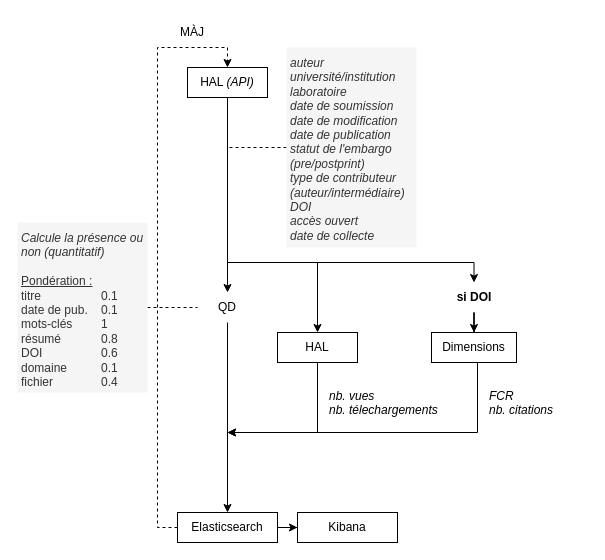
This is schema.drawio from alarictabaries/hal_cartographie, a draw.io file, before an edit. Source tidied: cells renumbered, new cells numbered last; positions are measured from the earlier drawing's top-left corner, leaving out a move shared by most shapes. Both pictures are drawn from the tidied source at 100%, with x=0, y=0 at pixel (17, 17).
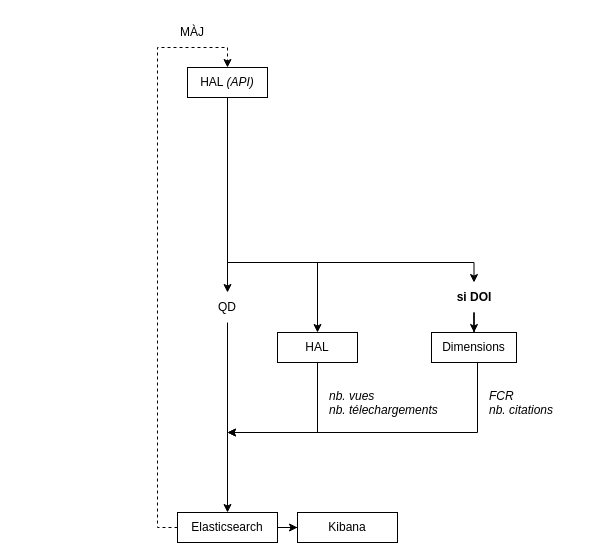
After the change.

Unchanged cells that the change refers to:
```xml
<mxCell id="5" value="QD" style="text;html=1;strokeColor=none;fillColor=none;align=center;verticalAlign=middle;whiteSpace=wrap;rounded=0;" parent="1" vertex="1">
  <mxGeometry x="180" y="275" width="60" height="30" as="geometry" />
</mxCell>
```

The edit, as a diff of the source:
```diff
@@
-    <mxCell id="19" style="edgeStyle=orthogonalEdgeStyle;rounded=0;jettySize=auto;html=1;entryX=0;entryY=0.5;entryDx=0;entryDy=0;startArrow=none;startFill=0;endArrow=none;endFill=0;dashed=1;" parent="1" edge="1" source="20" target="5">
-      <mxGeometry relative="1" as="geometry" />
-    </mxCell>
-    <mxCell id="20" value="&lt;i&gt;Calcule la présence ou non (quantitatif)&lt;br&gt;&lt;/i&gt;&lt;br&gt;&lt;u&gt;Pondération :&lt;/u&gt;&lt;br&gt;titre&lt;span style=&quot;white-space: pre;&quot;&gt;&#9;&lt;/span&gt;&lt;span style=&quot;white-space: pre;&quot;&gt;&#9;&lt;span style=&quot;white-space: pre;&quot;&gt;&#9;&lt;/span&gt;&lt;/span&gt;0.1&lt;br&gt;date de pub.&lt;span style=&quot;white-space: pre;&quot;&gt;&#9;&lt;/span&gt;0.1&lt;br&gt;mots-clés&lt;span style=&quot;white-space: pre;&quot;&gt;&#9;&lt;/span&gt;&lt;span style=&quot;white-space: pre;&quot;&gt;&#9;&lt;/span&gt;1&lt;br&gt;résumé&lt;span style=&quot;white-space: pre;&quot;&gt;&#9;&lt;/span&gt;&lt;span style=&quot;white-space: pre;&quot;&gt;&#9;&lt;/span&gt;0.8&lt;br&gt;DOI&lt;span style=&quot;white-space: pre;&quot;&gt;&#9;&lt;/span&gt;&lt;span style=&quot;white-space: pre;&quot;&gt;&#9;&lt;/span&gt;&lt;span style=&quot;white-space: pre;&quot;&gt;&#9;&lt;/span&gt;0.6&lt;br&gt;domaine&lt;span style=&quot;white-space: pre;&quot;&gt;&#9;&lt;/span&gt;&lt;span style=&quot;white-space: pre;&quot;&gt;&#9;&lt;/span&gt;0.1&lt;br&gt;fichier&lt;span style=&quot;white-space: pre;&quot;&gt;&#9;&lt;/span&gt;&lt;span style=&quot;white-space: pre;&quot;&gt;&#9;&lt;/span&gt;0.4" style="text;html=1;strokeColor=none;fillColor=#f5f5f5;align=left;verticalAlign=top;whiteSpace=wrap;rounded=0;horizontal=1;fontColor=#333333;spacingTop=2;spacingLeft=2;spacingBottom=2;spacingRight=2;" parent="1" vertex="1">
-      <mxGeometry y="205" width="130" height="170" as="geometry" />
-    </mxCell>
@@
-    <mxCell id="22" style="edgeStyle=orthogonalEdgeStyle;rounded=0;jettySize=auto;html=1;startArrow=none;startFill=0;endArrow=none;endFill=0;dashed=1;" parent="1" edge="1" source="23">
-      <mxGeometry relative="1" as="geometry">
-        <mxPoint x="210" y="130" as="targetPoint" />
-        <Array as="points">
-          <mxPoint x="210" y="130" />
-        </Array>
-      </mxGeometry>
-    </mxCell>
-    <mxCell id="23" value="&lt;div&gt;&lt;i&gt;auteur&lt;/i&gt;&lt;/div&gt;&lt;div&gt;&lt;i&gt;université/institution&lt;/i&gt;&lt;/div&gt;&lt;div&gt;&lt;i&gt;laboratoire&lt;/i&gt;&lt;/div&gt;&lt;div&gt;&lt;i&gt;date de soumission&lt;/i&gt;&lt;/div&gt;&lt;div&gt;&lt;i&gt;date de modification&lt;/i&gt;&lt;/div&gt;&lt;div&gt;&lt;i&gt;date de publication&lt;/i&gt;&lt;/div&gt;&lt;div&gt;&lt;i&gt;statut de l'embargo (pre/postprint)&lt;/i&gt;&lt;/div&gt;&lt;div&gt;&lt;i&gt;type de contributeur (auteur/intermédiaire)&lt;/i&gt;&lt;/div&gt;&lt;div&gt;&lt;i&gt;DOI&lt;/i&gt;&lt;/div&gt;&lt;div&gt;&lt;i&gt;accès ouvert&lt;/i&gt;&lt;/div&gt;&lt;div&gt;&lt;i&gt;date de collecte&lt;/i&gt;&lt;/div&gt;" style="text;html=1;strokeColor=none;fillColor=#f5f5f5;align=left;verticalAlign=top;whiteSpace=wrap;rounded=0;horizontal=1;fontColor=#333333;spacingTop=2;spacingLeft=2;spacingBottom=2;spacingRight=2;" parent="1" vertex="1">
-      <mxGeometry x="269" y="30" width="130" height="200" as="geometry" />
-    </mxCell>
```
